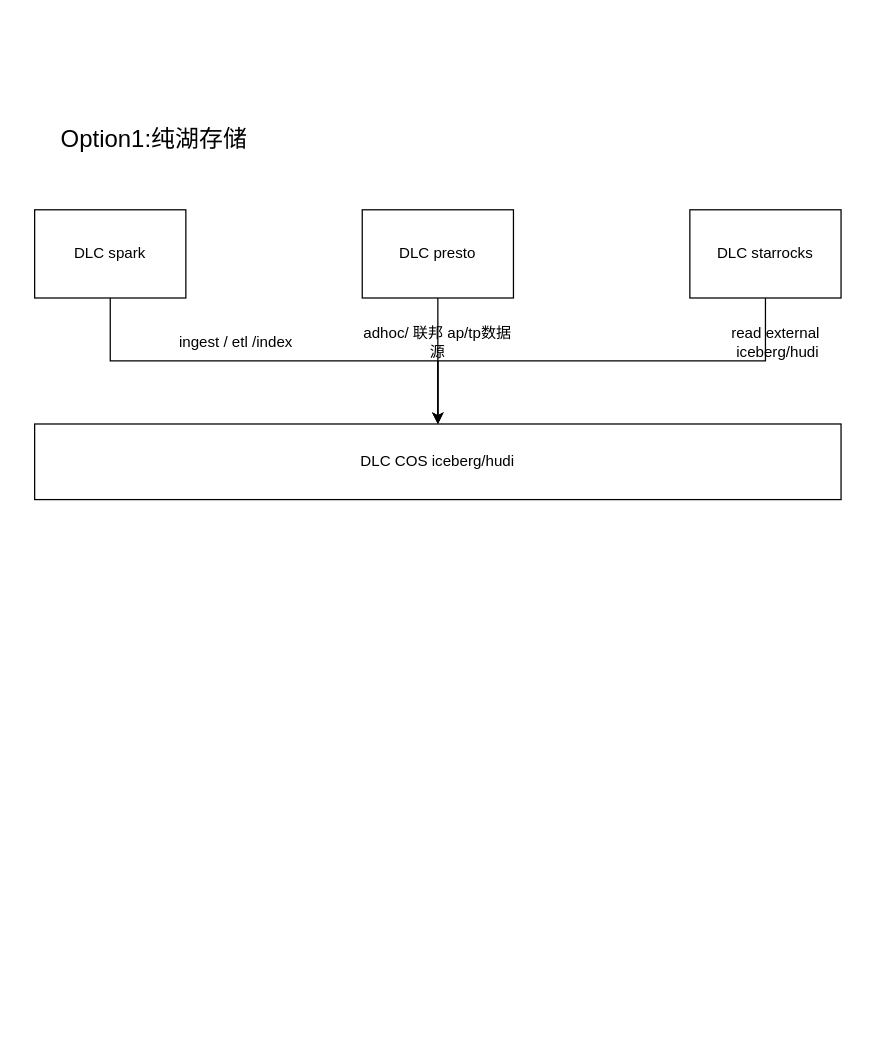
This is DLC+starrocks.drawio from yuhuali1989/ui, a draw.io file, before an edit. Source tidied: cells renumbered, new cells numbered last; positions are measured from the earlier drawing's top-left corner, leaving out a move shared by most shapes. Both pictures are drawn from the tidied source at 126%, with x=0, y=0 at pixel (34, 121).
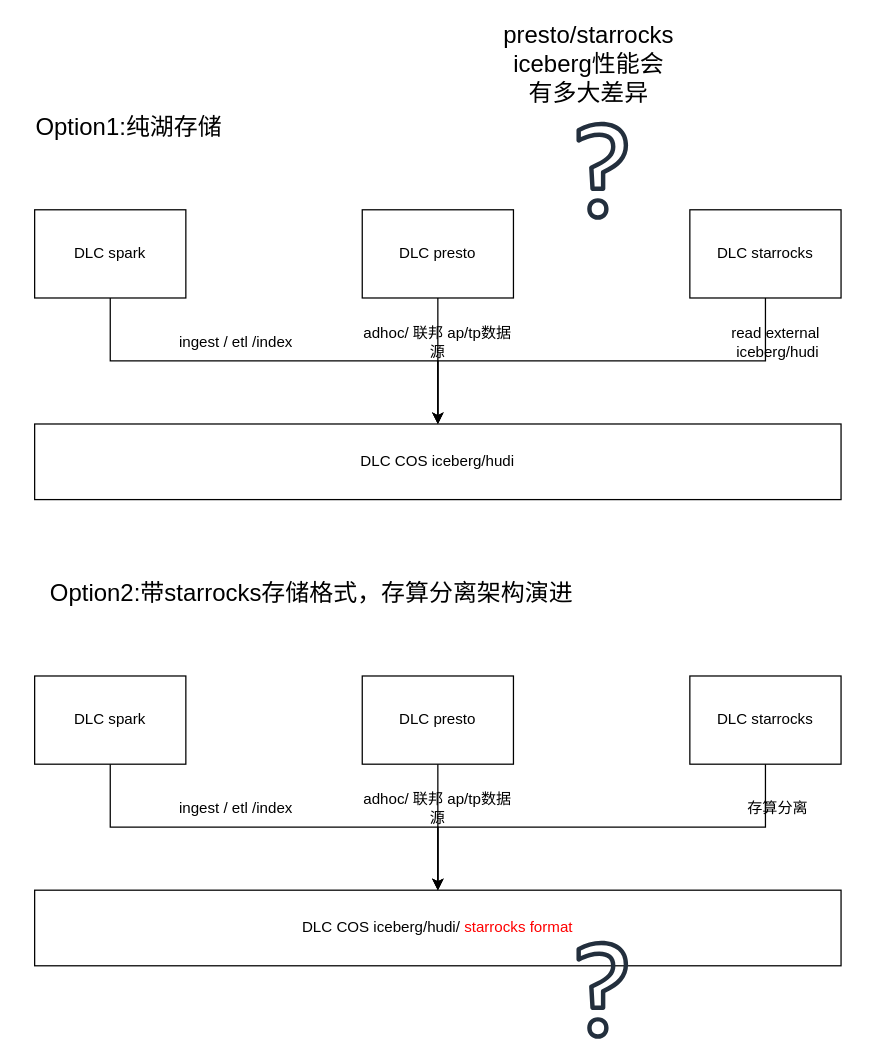
After the change.

Change to the diagram source:
```diff
@@
     <mxCell id="2" value="Option1:纯湖存储" style="text;html=1;strokeColor=none;fillColor=none;align=center;verticalAlign=middle;whiteSpace=wrap;rounded=0;fontSize=19;" parent="1" vertex="1">
-      <mxGeometry x="10" width="170" height="30" as="geometry" />
+      <mxGeometry x="-10" y="-10" width="170" height="30" as="geometry" />
     </mxCell>
@@
+    <mxCell id="13" style="sketch=0;fontColor=#232F3E;gradientColor=none;fillColor=#232F3D;strokeColor=none;dashed=0;verticalLabelPosition=bottom;verticalAlign=top;align=center;html=1;fontSize=12;fontStyle=0;shape=mxgraph.aws4.question;" parent="1" vertex="1">
+      <mxGeometry x="430" width="41" height="78" as="geometry" />
+    </mxCell>
+    <mxCell id="14" value="presto/starrocks iceberg性能会有多大差异" style="text;html=1;strokeColor=none;fillColor=none;align=center;verticalAlign=middle;whiteSpace=wrap;rounded=0;fontSize=19;" parent="1" vertex="1">
+      <mxGeometry x="410" y="-60" width="60" height="30" as="geometry" />
+    </mxCell>
+    <mxCell id="15" value="Option2:带starrocks存储格式，存算分离架构演进" style="text;html=1;strokeColor=none;fillColor=none;align=center;verticalAlign=middle;whiteSpace=wrap;rounded=0;fontSize=19;" parent="1" vertex="1">
+      <mxGeometry y="360" width="440" height="30" as="geometry" />
+    </mxCell>
+    <mxCell id="16" style="edgeStyle=orthogonalEdgeStyle;rounded=0;jettySize=auto;html=1;" parent="1" edge="1" source="17" target="18">
+      <mxGeometry relative="1" as="geometry" />
+    </mxCell>
+    <mxCell id="17" value="DLC spark" style="rounded=0;whiteSpace=wrap;html=1;" parent="1" vertex="1">
+      <mxGeometry y="440" width="120" height="70" as="geometry" />
+    </mxCell>
+    <mxCell id="18" value="DLC COS iceberg/hudi/ &lt;font color=&quot;#ff0000&quot;&gt;starrocks format&lt;/font&gt;" style="rounded=0;whiteSpace=wrap;html=1;" parent="1" vertex="1">
+      <mxGeometry y="610" width="640" height="60" as="geometry" />
+    </mxCell>
+    <mxCell id="19" value="ingest / etl /index" style="text;html=1;strokeColor=none;fillColor=none;align=center;verticalAlign=middle;whiteSpace=wrap;rounded=0;" parent="1" vertex="1">
+      <mxGeometry x="100" y="530" width="120" height="30" as="geometry" />
+    </mxCell>
+    <mxCell id="20" style="edgeStyle=orthogonalEdgeStyle;rounded=0;jettySize=auto;html=1;" parent="1" edge="1" source="21" target="18">
+      <mxGeometry relative="1" as="geometry" />
+    </mxCell>
+    <mxCell id="21" value="DLC presto" style="rounded=0;whiteSpace=wrap;html=1;" parent="1" vertex="1">
+      <mxGeometry x="260" y="440" width="120" height="70" as="geometry" />
+    </mxCell>
+    <mxCell id="22" value="adhoc/ 联邦 ap/tp数据源" style="text;html=1;strokeColor=none;fillColor=none;align=center;verticalAlign=middle;whiteSpace=wrap;rounded=0;" parent="1" vertex="1">
+      <mxGeometry x="260" y="530" width="120" height="30" as="geometry" />
+    </mxCell>
+    <mxCell id="23" style="edgeStyle=orthogonalEdgeStyle;rounded=0;jettySize=auto;html=1;entryX=0.5;entryY=0;entryDx=0;entryDy=0;" parent="1" edge="1" source="24" target="18">
+      <mxGeometry relative="1" as="geometry" />
+    </mxCell>
+    <mxCell id="24" value="DLC starrocks" style="rounded=0;whiteSpace=wrap;html=1;" parent="1" vertex="1">
+      <mxGeometry x="520" y="440" width="120" height="70" as="geometry" />
+    </mxCell>
+    <mxCell id="25" value="存算分离" style="text;html=1;strokeColor=none;fillColor=none;align=center;verticalAlign=middle;whiteSpace=wrap;rounded=0;" parent="1" vertex="1">
+      <mxGeometry x="530" y="530" width="120" height="30" as="geometry" />
+    </mxCell>
+    <mxCell id="26" style="sketch=0;fontColor=#232F3E;gradientColor=none;fillColor=#232F3D;strokeColor=none;dashed=0;verticalLabelPosition=bottom;verticalAlign=top;align=center;html=1;fontSize=12;fontStyle=0;shape=mxgraph.aws4.question;" parent="1" vertex="1">
+      <mxGeometry x="430" y="650" width="41" height="78" as="geometry" />
+    </mxCell>
```
